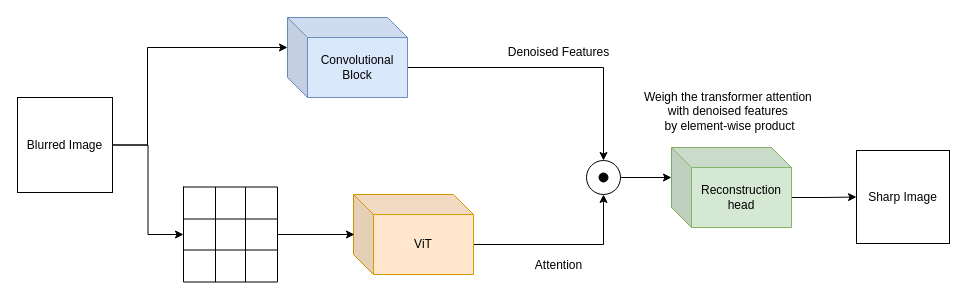
Tejas204/HLCV_SoSe2025_Project keeps this draw.io diagram as assets/Cnn-ViT-Dot-Product.drawio. Above is the earlier version. Source tidied: cells renumbered, new cells numbered last; positions are measured from the earlier drawing's top-left corner, leaving out a move shared by most shapes. Both pictures are drawn from the tidied source at 100%, with x=0, y=0 at pixel (17, 17).
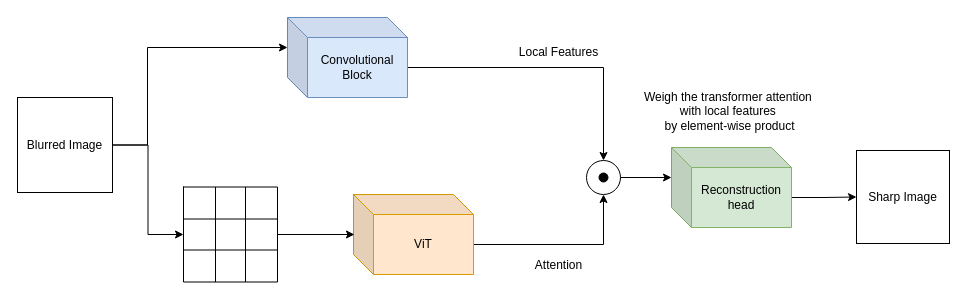
The same diagram, later.

Diff of the diagram source:
```diff
@@
-    <mxCell id="15" value="Denoised Features" style="text;html=1;align=center;verticalAlign=middle;strokeColor=none;fillColor=none;" parent="1" vertex="1">
-      <mxGeometry x="481" y="22" width="119" height="26" as="geometry" />
+    <mxCell id="15" value="Local Features" style="text;html=1;align=center;verticalAlign=middle;strokeColor=none;fillColor=none;" parent="1" vertex="1">
+      <mxGeometry x="491" y="20" width="100" height="30" as="geometry" />
     </mxCell>
@@
-    <mxCell id="17" value="Weigh the transformer attention&amp;nbsp;&lt;div&gt;with&amp;nbsp;&lt;span style=&quot;background-color: transparent; color: light-dark(rgb(0, 0, 0), rgb(255, 255, 255));&quot;&gt;denoised features&amp;nbsp;&lt;/span&gt;&lt;/div&gt;&lt;div&gt;&lt;span style=&quot;background-color: transparent; color: light-dark(rgb(0, 0, 0), rgb(255, 255, 255));&quot;&gt;by element-wise product&lt;/span&gt;&lt;/div&gt;" style="text;html=1;align=center;verticalAlign=middle;strokeColor=none;fillColor=none;" parent="1" vertex="1">
-      <mxGeometry x="617" y="66" width="189" height="55" as="geometry" />
+    <mxCell id="17" value="Weigh the transformer attention&amp;nbsp;&lt;div&gt;with&amp;nbsp;&lt;span style=&quot;background-color: transparent; color: light-dark(rgb(0, 0, 0), rgb(255, 255, 255));&quot;&gt;local features&amp;nbsp;&lt;/span&gt;&lt;/div&gt;&lt;div&gt;&lt;span style=&quot;background-color: transparent; color: light-dark(rgb(0, 0, 0), rgb(255, 255, 255));&quot;&gt;by element-wise product&lt;/span&gt;&lt;/div&gt;" style="text;html=1;align=center;verticalAlign=middle;strokeColor=none;fillColor=none;" parent="1" vertex="1">
+      <mxGeometry x="617" y="64" width="190" height="60" as="geometry" />
     </mxCell>
```
